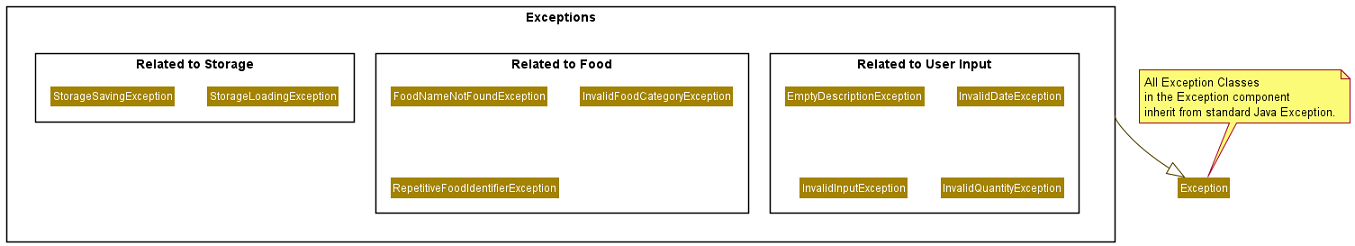
Before: docs/diagrams/diagram_images/ExceptionClassDiagram.png, a diagram exported from PlantUML (nus-cs2113-AY2021S2/tp).
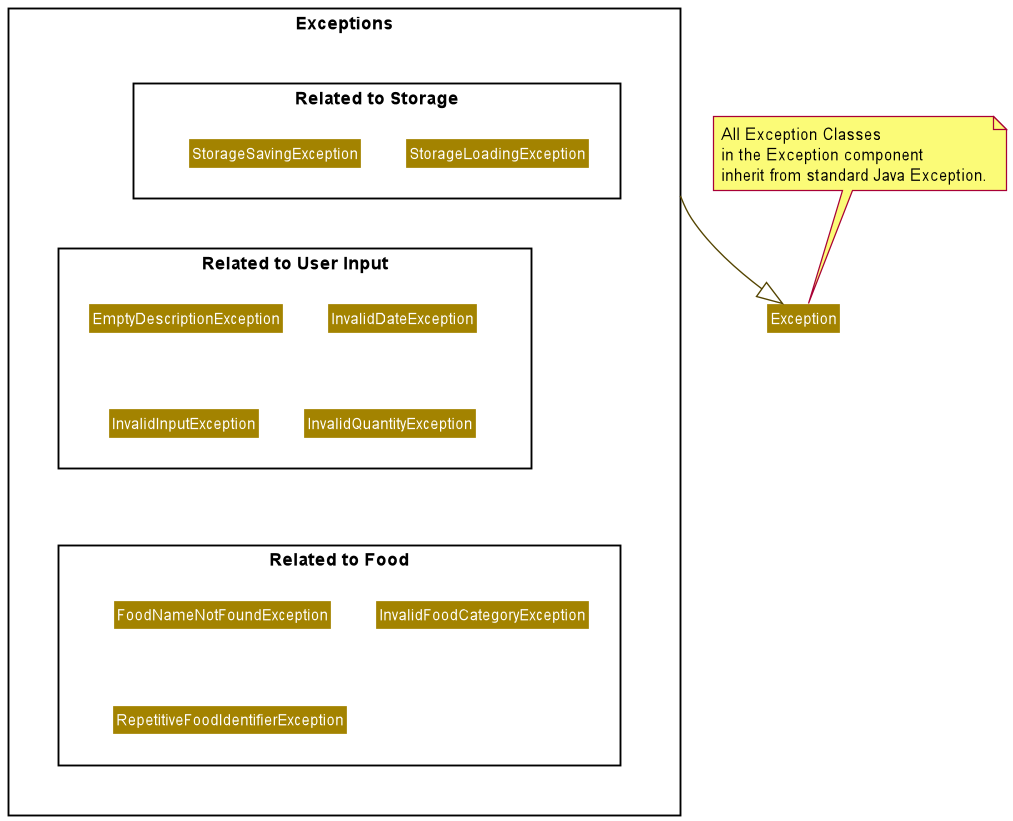
After the commit.

Commit message:
Nice dimensions

What changed in the source:
```diff
@@ -25,6 +25,8 @@
     }
 }
 
+storage -[hidden]up-> ui
+ui -[hidden]up---> food
 Exceptions -down-|> Exception
 note top of Exception : All Exception Classes\nin the Exception component \ninherit from standard Java Exception.
 
```
